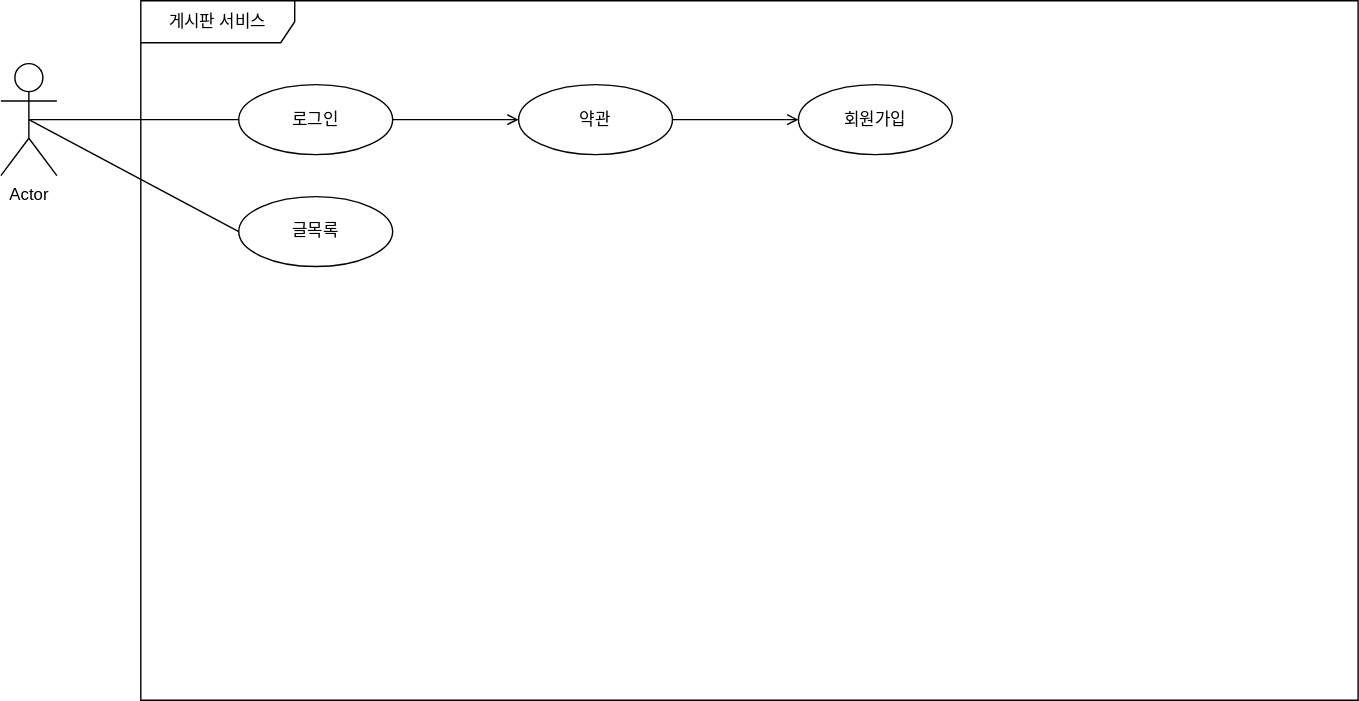
Earlier version of the draw.io export JBoard1/게시판 서비스.drawio.svg (chhak0503/JSP). Source tidied: cells renumbered, new cells last; positions are measured from the earlier drawing's top-left corner, leaving out a move shared by most shapes. Source of this version:
```xml
<mxGraphModel>
  <root>
    <mxCell id="0" />
    <mxCell id="1" parent="0" />
    <mxCell id="2" style="edgeStyle=orthogonalEdgeStyle;rounded=0;jettySize=auto;html=1;exitX=0.5;exitY=0.5;exitDx=0;exitDy=0;exitPerimeter=0;entryX=0;entryY=0.5;entryDx=0;entryDy=0;endArrow=none;endFill=0;" parent="1" edge="1" source="4" target="7">
      <mxGeometry relative="1" as="geometry" />
    </mxCell>
    <mxCell id="3" style="rounded=0;jettySize=auto;html=1;exitX=0.5;exitY=0.5;exitDx=0;exitDy=0;exitPerimeter=0;entryX=0;entryY=0.5;entryDx=0;entryDy=0;endArrow=none;endFill=0;" parent="1" edge="1" source="4" target="8">
      <mxGeometry relative="1" as="geometry" />
    </mxCell>
    <mxCell id="4" value="Actor" style="shape=umlActor;verticalLabelPosition=bottom;verticalAlign=top;html=1;" parent="1" vertex="1">
      <mxGeometry y="45" width="40" height="80" as="geometry" />
    </mxCell>
    <mxCell id="5" value="게시판 서비스" style="shape=umlFrame;whiteSpace=wrap;html=1;width=110;height=30;" parent="1" vertex="1">
      <mxGeometry x="100" width="870" height="500" as="geometry" />
    </mxCell>
    <mxCell id="6" style="edgeStyle=none;rounded=0;jettySize=auto;html=1;exitX=1;exitY=0.5;exitDx=0;exitDy=0;entryX=0;entryY=0.5;entryDx=0;entryDy=0;endArrow=open;endFill=0;" parent="1" edge="1" source="7" target="10">
      <mxGeometry relative="1" as="geometry" />
    </mxCell>
    <mxCell id="7" value="로그인" style="ellipse;whiteSpace=wrap;html=1;" parent="1" vertex="1">
      <mxGeometry x="170" y="60" width="110" height="50" as="geometry" />
    </mxCell>
    <mxCell id="8" value="글목록" style="ellipse;whiteSpace=wrap;html=1;" parent="1" vertex="1">
      <mxGeometry x="170" y="140" width="110" height="50" as="geometry" />
    </mxCell>
    <mxCell id="9" style="edgeStyle=none;rounded=0;jettySize=auto;html=1;exitX=1;exitY=0.5;exitDx=0;exitDy=0;entryX=0;entryY=0.5;entryDx=0;entryDy=0;endArrow=open;endFill=0;" parent="1" edge="1" source="10" target="11">
      <mxGeometry relative="1" as="geometry" />
    </mxCell>
    <mxCell id="10" value="약관" style="ellipse;whiteSpace=wrap;html=1;" parent="1" vertex="1">
      <mxGeometry x="370" y="60" width="110" height="50" as="geometry" />
    </mxCell>
    <mxCell id="11" value="회원가입" style="ellipse;whiteSpace=wrap;html=1;" parent="1" vertex="1">
      <mxGeometry x="570" y="60" width="110" height="50" as="geometry" />
    </mxCell>
  </root>
</mxGraphModel>
```
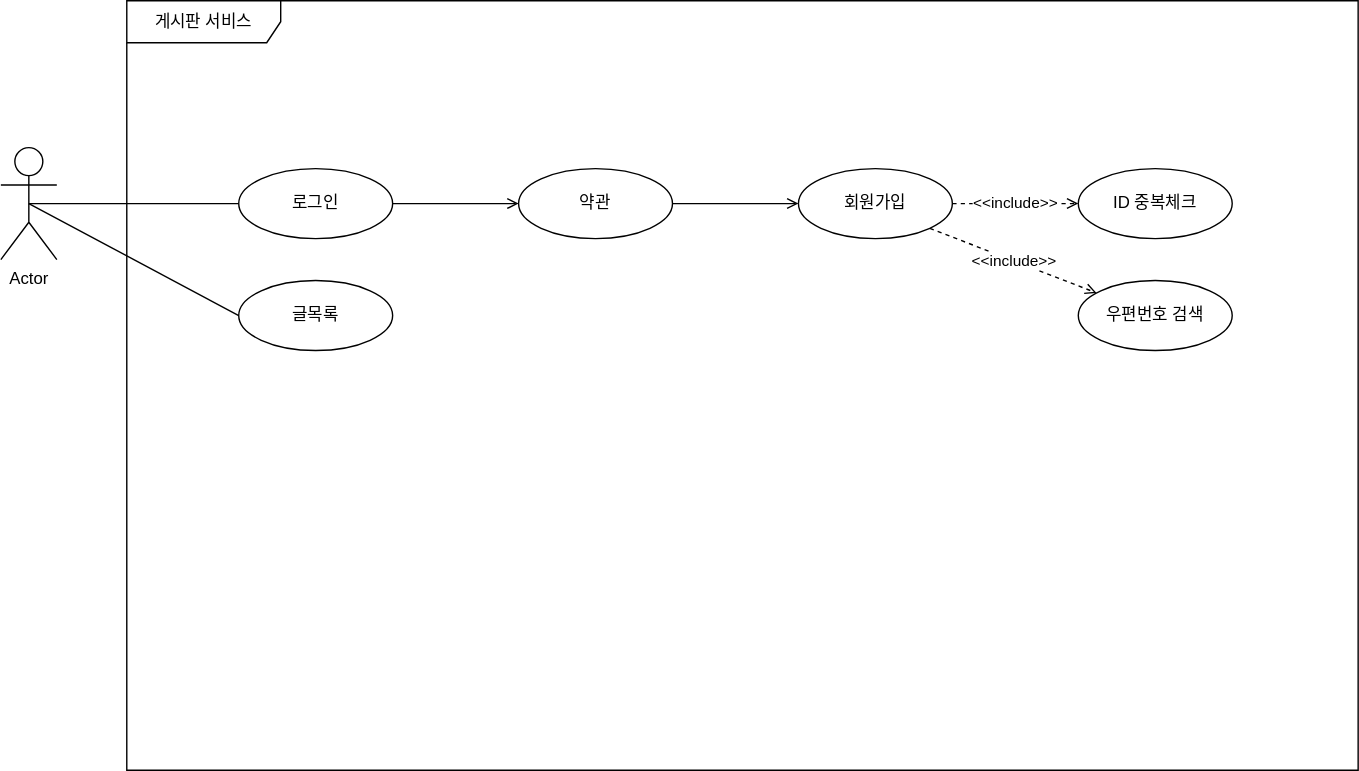
After the change.

Commit message:
게시판 서비스.drawio.svg 업데이트

The edit, as a diff of the source:
```diff
@@ -12,7 +12,7 @@
       <mxGeometry y="45" width="40" height="80" as="geometry" />
     </mxCell>
     <mxCell id="5" value="게시판 서비스" style="shape=umlFrame;whiteSpace=wrap;html=1;width=110;height=30;" parent="1" vertex="1">
-      <mxGeometry x="100" width="870" height="500" as="geometry" />
+      <mxGeometry x="90" y="-60" width="880" height="550" as="geometry" />
     </mxCell>
     <mxCell id="6" style="edgeStyle=none;rounded=0;jettySize=auto;html=1;exitX=1;exitY=0.5;exitDx=0;exitDy=0;entryX=0;entryY=0.5;entryDx=0;entryDy=0;endArrow=open;endFill=0;" parent="1" edge="1" source="7" target="10">
       <mxGeometry relative="1" as="geometry" />
@@ -29,8 +29,20 @@
     <mxCell id="10" value="약관" style="ellipse;whiteSpace=wrap;html=1;" parent="1" vertex="1">
       <mxGeometry x="370" y="60" width="110" height="50" as="geometry" />
     </mxCell>
+    <mxCell id="12" value="&amp;lt;&amp;lt;include&amp;gt;&amp;gt;" style="edgeStyle=none;rounded=0;jettySize=auto;html=1;exitX=1;exitY=0.5;exitDx=0;exitDy=0;entryX=0;entryY=0.5;entryDx=0;entryDy=0;endArrow=open;endFill=0;dashed=1;" parent="1" edge="1" source="11" target="14">
+      <mxGeometry relative="1" as="geometry" />
+    </mxCell>
+    <mxCell id="13" value="&amp;lt;&amp;lt;include&amp;gt;&amp;gt;" style="edgeStyle=none;rounded=0;jettySize=auto;html=1;exitX=1;exitY=1;exitDx=0;exitDy=0;dashed=1;endArrow=open;endFill=0;" parent="1" edge="1" source="11" target="15">
+      <mxGeometry relative="1" as="geometry" />
+    </mxCell>
     <mxCell id="11" value="회원가입" style="ellipse;whiteSpace=wrap;html=1;" parent="1" vertex="1">
       <mxGeometry x="570" y="60" width="110" height="50" as="geometry" />
     </mxCell>
+    <mxCell id="14" value="ID 중복체크" style="ellipse;whiteSpace=wrap;html=1;" parent="1" vertex="1">
+      <mxGeometry x="770" y="60" width="110" height="50" as="geometry" />
+    </mxCell>
+    <mxCell id="15" value="우편번호 검색" style="ellipse;whiteSpace=wrap;html=1;" parent="1" vertex="1">
+      <mxGeometry x="770" y="140" width="110" height="50" as="geometry" />
+    </mxCell>
   </root>
 </mxGraphModel>
```
